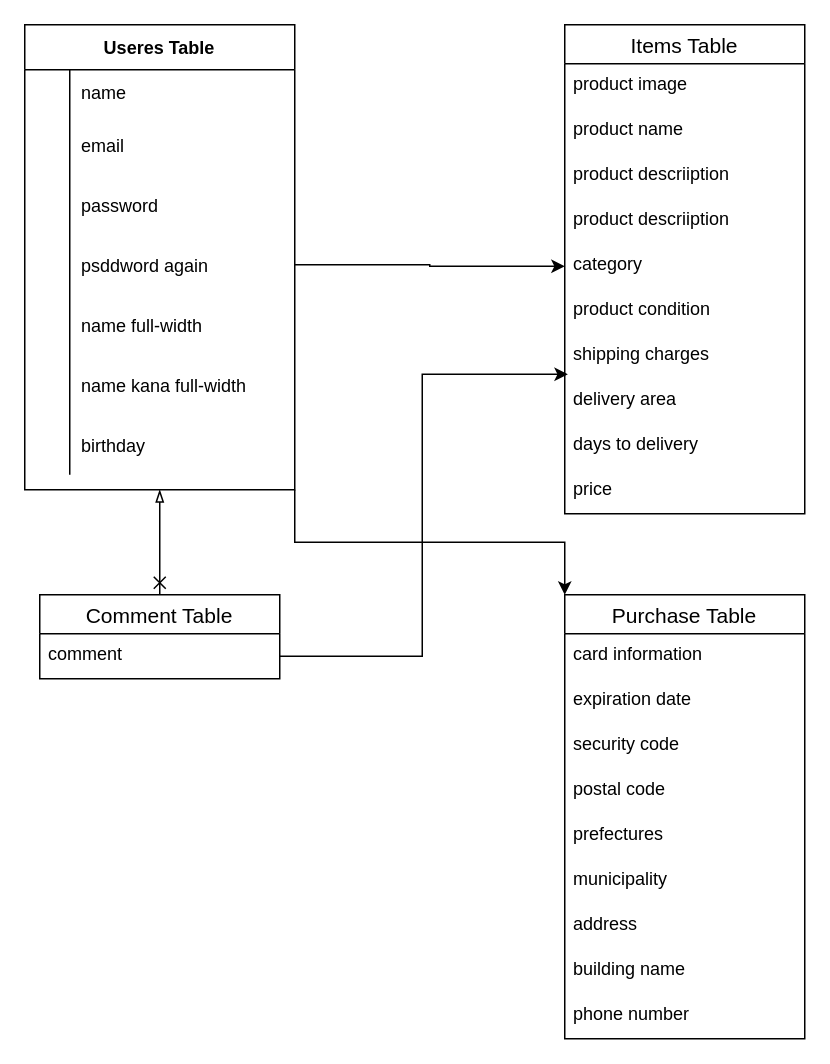
Before: furima.dio in suzukimasatoshi-div/furima-35144, a draw.io diagram. Source tidied: cells renumbered, new cells numbered last; positions are measured from the earlier drawing's top-left corner, leaving out a move shared by most shapes. Both pictures are drawn from the tidied source at 150%, with x=0, y=0 at pixel (24, 24).
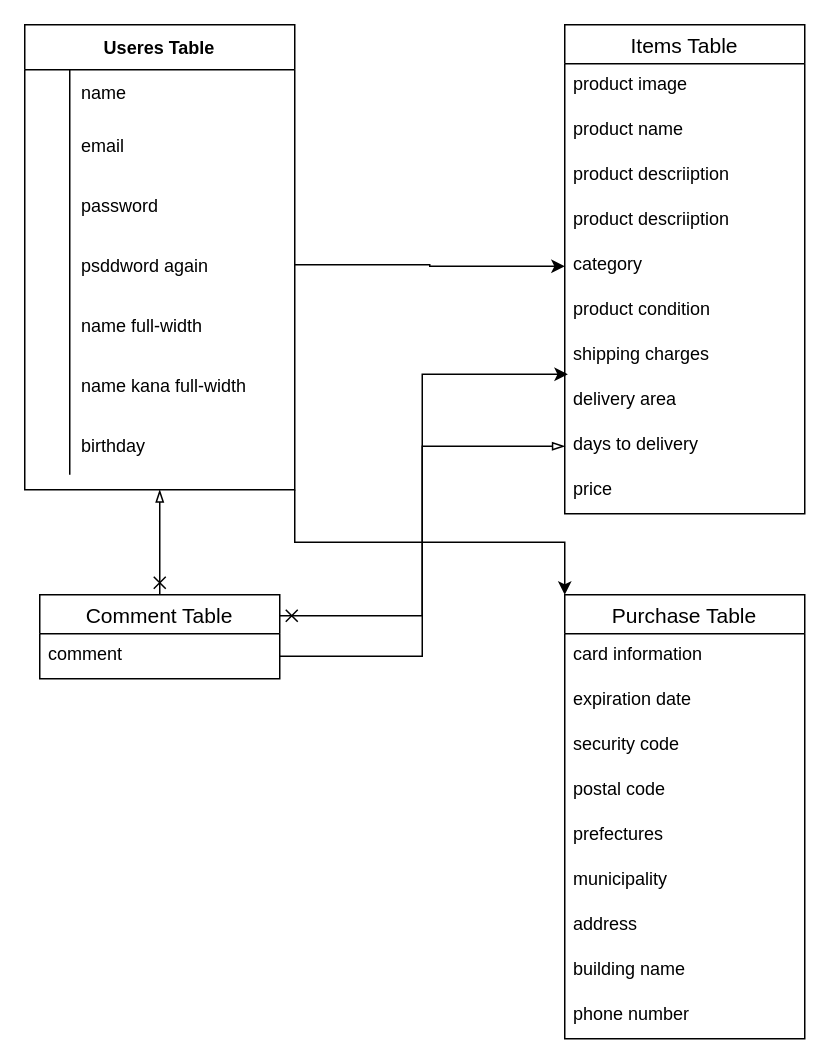
Above is the later version.

Commit message (it also covers changes not shown here):
ER図作成　修正

The change refers to these unchanged cells:
```xml
<mxCell id="35" value="days to delivery" style="text;strokeColor=none;fillColor=none;spacingLeft=4;spacingRight=4;overflow=hidden;points=[[0,0.5],[1,0.5]];portConstraint=eastwest;fontSize=12;" parent="26" vertex="1">
  <mxGeometry y="266" width="160" height="30" as="geometry" />
</mxCell>
<mxCell id="37" value="Comment Table" style="swimlane;fontStyle=0;horizontal=1;startSize=26;align=center;fontSize=14;" parent="1" vertex="1">
  <mxGeometry x="10" y="380" width="160" height="56" as="geometry" />
</mxCell>
```

Change to the diagram source:
```diff
@@
+    <mxCell id="51" style="edgeStyle=orthogonalEdgeStyle;rounded=0;jettySize=auto;html=1;exitX=0;exitY=0.5;exitDx=0;exitDy=0;entryX=1;entryY=0.25;entryDx=0;entryDy=0;startArrow=blockThin;startFill=0;endArrow=cross;endFill=0;" parent="1" edge="1" source="35" target="37">
+      <mxGeometry relative="1" as="geometry" />
+    </mxCell>
```
